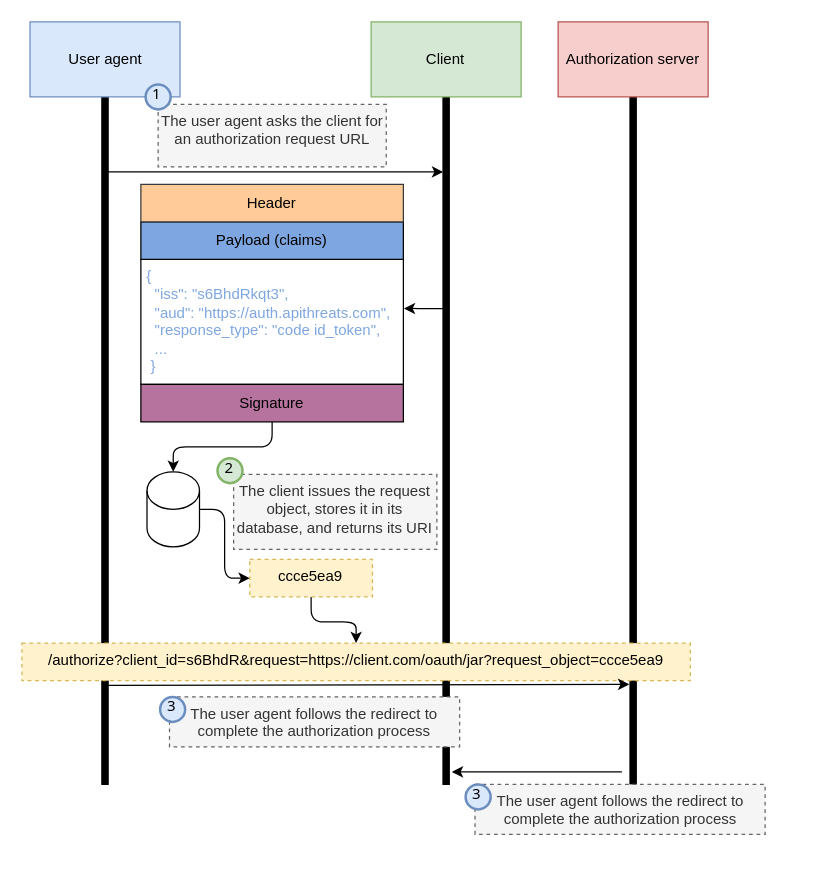
The draw.io diagram page "10.12" (12 of 15) of ch10.drawio in abunuwas/api-sec-book-imgs, before the edit. Source tidied: cells renumbered, new cells numbered last; positions are measured from the earlier drawing's top-left corner, leaving out a move shared by most shapes. Both pictures are drawn from the tidied source at 125%, with x=0, y=0 at pixel (21, 21).
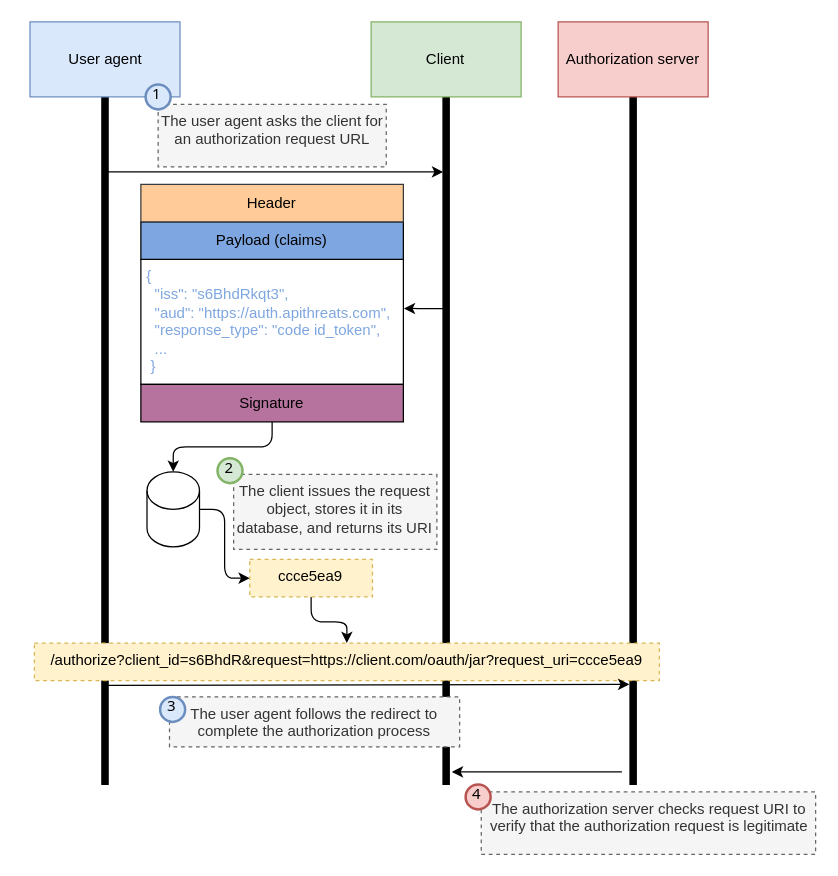
The same diagram, later.

What changed in the source:
```diff
@@
-    <mxCell id="16" value="/authorize?client_id=&lt;span style=&quot;background-color: transparent; color: light-dark(rgb(0, 0, 0), rgb(255, 255, 255));&quot;&gt;s6BhdR&amp;amp;&lt;/span&gt;&lt;span style=&quot;background-color: transparent; color: light-dark(rgb(0, 0, 0), rgb(255, 255, 255));&quot;&gt;request=https://client.com/oauth/jar?request_object=&lt;/span&gt;ccce5ea9" style="text;whiteSpace=wrap;html=1;spacing=2;strokeColor=#d6b656;dashed=1;fillColor=#fff2cc;align=center;" parent="1" vertex="1">
-      <mxGeometry y="497" width="534.8" height="30" as="geometry" />
+    <mxCell id="16" value="/authorize?client_id=&lt;span style=&quot;background-color: transparent; color: light-dark(rgb(0, 0, 0), rgb(255, 255, 255));&quot;&gt;s6BhdR&amp;amp;&lt;/span&gt;&lt;span style=&quot;background-color: transparent; color: light-dark(rgb(0, 0, 0), rgb(255, 255, 255));&quot;&gt;request=https://client.com/oauth/jar?request_uri=&lt;/span&gt;ccce5ea9" style="text;whiteSpace=wrap;html=1;spacing=2;strokeColor=#d6b656;dashed=1;fillColor=#fff2cc;align=center;" parent="1" vertex="1">
+      <mxGeometry x="10" y="497" width="500" height="30" as="geometry" />
     </mxCell>
@@
-    <mxCell id="29" value="The user agent follows the redirect to complete the authorization process" style="text;whiteSpace=wrap;html=1;spacing=2;strokeColor=#666666;dashed=1;fillColor=#f5f5f5;align=center;fontColor=#333333;" parent="1" vertex="1">
-      <mxGeometry x="362.5" y="610" width="232.1" height="40" as="geometry" />
+    <mxCell id="29" value="The authorization server checks request URI to verify that the authorization request is legitimate" style="text;whiteSpace=wrap;html=1;spacing=2;strokeColor=#666666;dashed=1;fillColor=#f5f5f5;align=center;fontColor=#333333;" parent="1" vertex="1">
+      <mxGeometry x="367.5" y="616" width="267.5" height="50" as="geometry" />
     </mxCell>
-    <mxCell id="30" value="3" style="ellipse;whiteSpace=wrap;html=1;strokeWidth=2;fontFamily=Tahoma;spacingBottom=4;spacingRight=2;strokeColor=#6c8ebf;fillColor=#dae8fc;" parent="1" vertex="1">
+    <mxCell id="30" value="4" style="ellipse;whiteSpace=wrap;html=1;strokeWidth=2;fontFamily=Tahoma;spacingBottom=4;spacingRight=2;strokeColor=#b85450;fillColor=#f8cecc;" parent="1" vertex="1">
       <mxGeometry x="355" y="610" width="20" height="20" as="geometry" />
     </mxCell>
```
